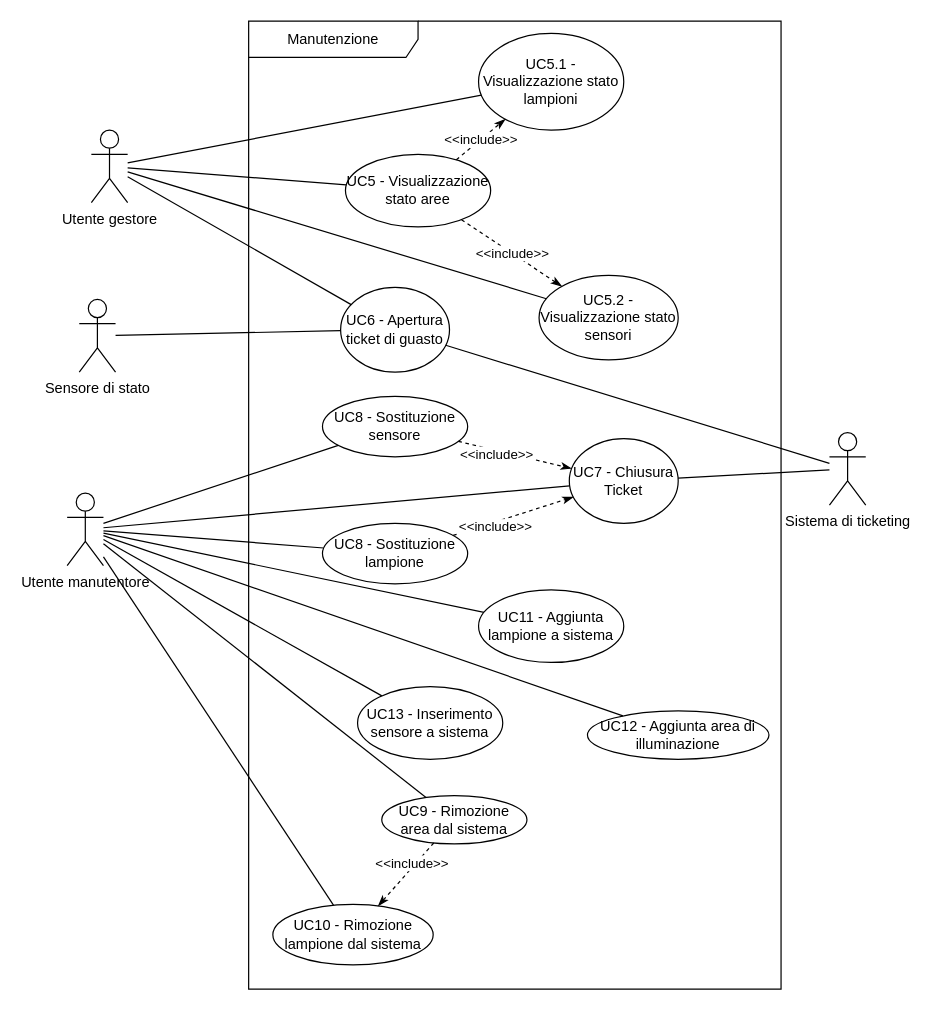
Above: page "Maintenance_system" (2 of 3) of casi_uso_grafici.drawio in SWEasabi/analisi-dei-requisiti (draw.io), before the change. Source tidied: cells renumbered, new cells numbered last; positions are measured from the earlier drawing's top-left corner, leaving out a move shared by most shapes. Both pictures are drawn from the tidied source at 121%, with x=0, y=0 at pixel (67, 21).
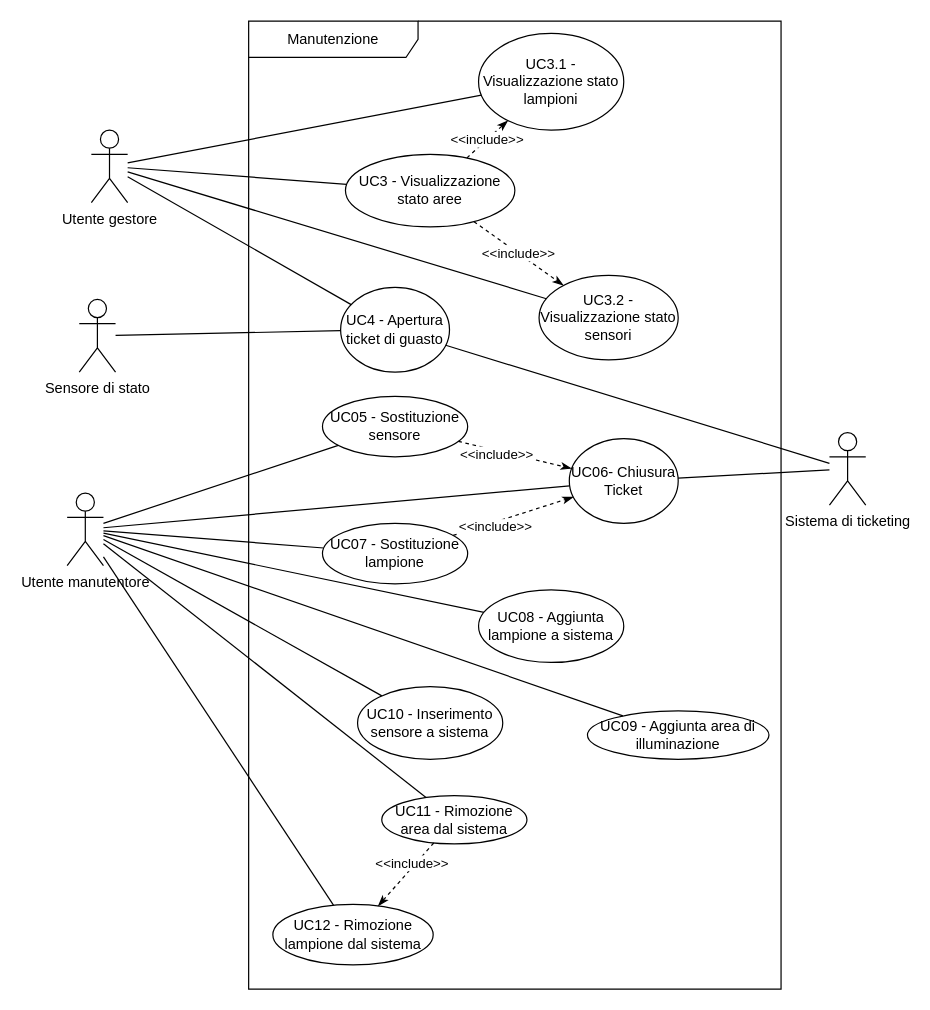
The same diagram, later.

The edit, as a diff of the source:
```diff
@@
-    <mxCell id="3" value="UC6 - Apertura ticket di guasto" style="ellipse;whiteSpace=wrap;html=1;" parent="1" vertex="1">
+    <mxCell id="3" value="UC4 - Apertura ticket di guasto" style="ellipse;whiteSpace=wrap;html=1;" parent="1" vertex="1">
       <mxGeometry x="226" y="220" width="90" height="70" as="geometry" />
     </mxCell>
@@
-    <mxCell id="7" value="UC11 - Aggiunta lampione a sistema" style="ellipse;whiteSpace=wrap;html=1;" parent="1" vertex="1">
+    <mxCell id="7" value="UC08 - Aggiunta lampione a sistema" style="ellipse;whiteSpace=wrap;html=1;" parent="1" vertex="1">
       <mxGeometry x="340" y="470" width="120" height="60" as="geometry" />
     </mxCell>
@@
-    <mxCell id="15" value="UC7 - Chiusura Ticket" style="ellipse;whiteSpace=wrap;html=1;" parent="1" vertex="1">
+    <mxCell id="15" value="UC06- Chiusura Ticket" style="ellipse;whiteSpace=wrap;html=1;" parent="1" vertex="1">
       <mxGeometry x="415" y="345" width="90" height="70" as="geometry" />
     </mxCell>
-    <mxCell id="16" value="UC13 - Inserimento sensore a sistema" style="ellipse;whiteSpace=wrap;html=1;" parent="1" vertex="1">
+    <mxCell id="16" value="UC10 - Inserimento sensore a sistema" style="ellipse;whiteSpace=wrap;html=1;" parent="1" vertex="1">
       <mxGeometry x="240" y="550" width="120" height="60" as="geometry" />
     </mxCell>
@@
-    <mxCell id="18" value="UC5 - Visualizzazione stato aree" style="ellipse;whiteSpace=wrap;html=1;" parent="1" vertex="1">
-      <mxGeometry x="230" y="110" width="120" height="60" as="geometry" />
+    <mxCell id="18" value="UC3 - Visualizzazione stato aree" style="ellipse;whiteSpace=wrap;html=1;" parent="1" vertex="1">
+      <mxGeometry x="230" y="110" width="140" height="60" as="geometry" />
     </mxCell>
-    <mxCell id="19" value="UC8 - Sostituzione lampione" style="ellipse;whiteSpace=wrap;html=1;" parent="1" vertex="1">
+    <mxCell id="19" value="UC07 - Sostituzione lampione" style="ellipse;whiteSpace=wrap;html=1;" parent="1" vertex="1">
       <mxGeometry x="211" y="415" width="120" height="50" as="geometry" />
     </mxCell>
-    <mxCell id="20" value="UC5.2&amp;nbsp;- Visualizzazione stato sensori" style="ellipse;whiteSpace=wrap;html=1;" parent="1" vertex="1">
+    <mxCell id="20" value="UC3.2&amp;nbsp;- Visualizzazione stato sensori" style="ellipse;whiteSpace=wrap;html=1;" parent="1" vertex="1">
       <mxGeometry x="390" y="210" width="115" height="70" as="geometry" />
     </mxCell>
-    <mxCell id="21" value="UC5.1 - Visualizzazione stato lampioni" style="ellipse;whiteSpace=wrap;html=1;" parent="1" vertex="1">
+    <mxCell id="21" value="UC3.1 - Visualizzazione stato lampioni" style="ellipse;whiteSpace=wrap;html=1;" parent="1" vertex="1">
       <mxGeometry x="340" y="10" width="120" height="80" as="geometry" />
     </mxCell>
@@
-    <mxCell id="23" value="UC10 - Rimozione lampione dal sistema" style="ellipse;whiteSpace=wrap;html=1;" parent="1" vertex="1">
+    <mxCell id="23" value="UC12 - Rimozione lampione dal sistema" style="ellipse;whiteSpace=wrap;html=1;" parent="1" vertex="1">
       <mxGeometry x="170" y="730" width="132.5" height="50" as="geometry" />
     </mxCell>
@@
-    <mxCell id="25" value="UC12&amp;nbsp;- Aggiunta area di illuminazione" style="ellipse;whiteSpace=wrap;html=1;" parent="1" vertex="1">
+    <mxCell id="25" value="UC09 - Aggiunta area di illuminazione" style="ellipse;whiteSpace=wrap;html=1;" parent="1" vertex="1">
       <mxGeometry x="430" y="570" width="150" height="40" as="geometry" />
     </mxCell>
@@
-    <mxCell id="27" value="UC9 - Rimozione area dal sistema" style="ellipse;whiteSpace=wrap;html=1;" parent="1" vertex="1">
+    <mxCell id="27" value="UC11 - Rimozione area dal sistema" style="ellipse;whiteSpace=wrap;html=1;" parent="1" vertex="1">
       <mxGeometry x="260" y="640" width="120" height="40" as="geometry" />
     </mxCell>
@@
-    <mxCell id="38" value="UC8 - Sostituzione sensore" style="ellipse;whiteSpace=wrap;html=1;" parent="1" vertex="1">
+    <mxCell id="38" value="UC05 - Sostituzione sensore" style="ellipse;whiteSpace=wrap;html=1;" parent="1" vertex="1">
       <mxGeometry x="211" y="310" width="120" height="50" as="geometry" />
     </mxCell>
```
